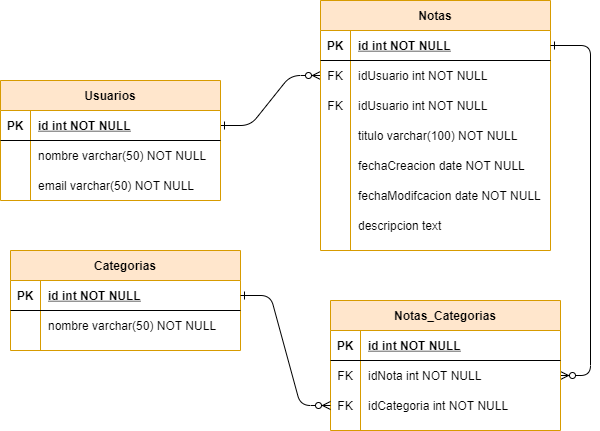
The draw.io diagram tareasDB.png in antoniooroug/tareasDataBase, before a commit. Source tidied: cells renumbered, new cells last; positions are measured from the earlier drawing's top-left corner, leaving out a move shared by most shapes.
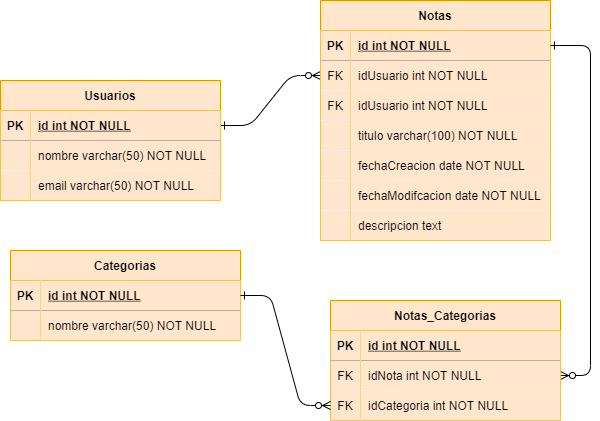
Above is the later version.

What changed in the source:
```diff
@@ -6,90 +6,90 @@
       <mxGeometry relative="1" as="geometry" />
     </mxCell>
     <mxCell id="3" value="Notas" style="shape=table;startSize=30;rowLines=0;fontStyle=1;align=center;fillColor=#ffe6cc;strokeColor=#d79b00;" parent="1" vertex="1">
-      <mxGeometry x="320" width="230" height="250" as="geometry" />
+      <mxGeometry x="320" width="230" height="240" as="geometry" />
     </mxCell>
     <mxCell id="4" style="shape=partialRectangle;fillColor=none;points=[[0,0.5],[1,0.5]];portConstraint=eastwest;top=0;left=0;right=0;bottom=1;" parent="3" vertex="1">
       <mxGeometry y="30" width="230" height="30" as="geometry" />
     </mxCell>
-    <mxCell id="5" value="PK" style="shape=partialRectangle;overflow=hidden;fillColor=none;top=0;left=0;bottom=0;right=0;fontStyle=1;" parent="4" vertex="1">
+    <mxCell id="5" value="PK" style="shape=partialRectangle;overflow=hidden;fillColor=#ffe6cc;top=0;left=0;bottom=0;right=0;fontStyle=1;strokeColor=#d79b00;" parent="4" vertex="1">
       <mxGeometry width="30" height="30" as="geometry" />
     </mxCell>
-    <mxCell id="6" value="id int NOT NULL " style="shape=partialRectangle;overflow=hidden;fillColor=none;top=0;left=0;bottom=0;right=0;align=left;spacingLeft=6;fontStyle=5;" parent="4" vertex="1">
+    <mxCell id="6" value="id int NOT NULL " style="shape=partialRectangle;overflow=hidden;fillColor=#ffe6cc;top=0;left=0;bottom=0;right=0;align=left;spacingLeft=6;fontStyle=5;strokeColor=#d79b00;" parent="4" vertex="1">
       <mxGeometry x="30" width="200" height="30" as="geometry" />
     </mxCell>
     <mxCell id="7" style="shape=partialRectangle;fillColor=none;points=[[0,0.5],[1,0.5]];portConstraint=eastwest;top=0;left=0;right=0;bottom=0;" parent="3" vertex="1">
       <mxGeometry y="60" width="230" height="30" as="geometry" />
     </mxCell>
-    <mxCell id="8" value="FK" style="shape=partialRectangle;overflow=hidden;fillColor=none;top=0;left=0;bottom=0;right=0;" parent="7" vertex="1">
+    <mxCell id="8" value="FK" style="shape=partialRectangle;overflow=hidden;fillColor=#ffe6cc;top=0;left=0;bottom=0;right=0;strokeColor=#d79b00;" parent="7" vertex="1">
       <mxGeometry width="30" height="30" as="geometry" />
     </mxCell>
-    <mxCell id="9" value="idUsuario int NOT NULL" style="shape=partialRectangle;overflow=hidden;fillColor=none;top=0;left=0;bottom=0;right=0;align=left;spacingLeft=6;" parent="7" vertex="1">
+    <mxCell id="9" value="idUsuario int NOT NULL" style="shape=partialRectangle;overflow=hidden;fillColor=#ffe6cc;top=0;left=0;bottom=0;right=0;align=left;spacingLeft=6;strokeColor=#d79b00;" parent="7" vertex="1">
       <mxGeometry x="30" width="200" height="30" as="geometry" />
     </mxCell>
     <mxCell id="10" style="shape=partialRectangle;fillColor=none;top=0;left=0;right=0;bottom=0;" parent="3" vertex="1">
       <mxGeometry y="90" width="230" height="30" as="geometry" />
     </mxCell>
-    <mxCell id="11" value="FK" style="shape=partialRectangle;overflow=hidden;fillColor=none;top=0;left=0;bottom=0;right=0;" parent="10" vertex="1">
+    <mxCell id="11" value="FK" style="shape=partialRectangle;overflow=hidden;fillColor=#ffe6cc;top=0;left=0;bottom=0;right=0;strokeColor=#d79b00;" parent="10" vertex="1">
       <mxGeometry width="30" height="30" as="geometry" />
     </mxCell>
-    <mxCell id="12" value="idUsuario int NOT NULL" style="shape=partialRectangle;overflow=hidden;fillColor=none;top=0;left=0;bottom=0;right=0;align=left;spacingLeft=6;" parent="10" vertex="1">
+    <mxCell id="12" value="idUsuario int NOT NULL" style="shape=partialRectangle;overflow=hidden;fillColor=#ffe6cc;top=0;left=0;bottom=0;right=0;align=left;spacingLeft=6;strokeColor=#d79b00;" parent="10" vertex="1">
       <mxGeometry x="30" width="200" height="30" as="geometry" />
     </mxCell>
     <mxCell id="13" style="shape=partialRectangle;fillColor=none;top=0;left=0;right=0;bottom=0;" parent="3" vertex="1">
       <mxGeometry y="120" width="230" height="30" as="geometry" />
     </mxCell>
-    <mxCell id="14" style="shape=partialRectangle;overflow=hidden;fillColor=none;top=0;left=0;bottom=0;right=0;" parent="13" vertex="1">
+    <mxCell id="14" style="shape=partialRectangle;overflow=hidden;fillColor=#ffe6cc;top=0;left=0;bottom=0;right=0;strokeColor=#d79b00;" parent="13" vertex="1">
       <mxGeometry width="30" height="30" as="geometry" />
     </mxCell>
-    <mxCell id="15" value="titulo varchar(100) NOT NULL" style="shape=partialRectangle;overflow=hidden;fillColor=none;top=0;left=0;bottom=0;right=0;align=left;spacingLeft=6;" parent="13" vertex="1">
+    <mxCell id="15" value="titulo varchar(100) NOT NULL" style="shape=partialRectangle;overflow=hidden;fillColor=#ffe6cc;top=0;left=0;bottom=0;right=0;align=left;spacingLeft=6;strokeColor=#d79b00;" parent="13" vertex="1">
       <mxGeometry x="30" width="200" height="30" as="geometry" />
     </mxCell>
     <mxCell id="16" style="shape=partialRectangle;fillColor=none;top=0;left=0;right=0;bottom=0;" parent="3" vertex="1">
       <mxGeometry y="150" width="230" height="30" as="geometry" />
     </mxCell>
-    <mxCell id="17" style="shape=partialRectangle;overflow=hidden;fillColor=none;top=0;left=0;bottom=0;right=0;" parent="16" vertex="1">
+    <mxCell id="17" style="shape=partialRectangle;overflow=hidden;fillColor=#ffe6cc;top=0;left=0;bottom=0;right=0;strokeColor=#d79b00;" parent="16" vertex="1">
       <mxGeometry width="30" height="30" as="geometry" />
     </mxCell>
-    <mxCell id="18" value="fechaCreacion date NOT NULL" style="shape=partialRectangle;overflow=hidden;fillColor=none;top=0;left=0;bottom=0;right=0;align=left;spacingLeft=6;" parent="16" vertex="1">
+    <mxCell id="18" value="fechaCreacion date NOT NULL" style="shape=partialRectangle;overflow=hidden;fillColor=#ffe6cc;top=0;left=0;bottom=0;right=0;align=left;spacingLeft=6;strokeColor=#d79b00;" parent="16" vertex="1">
       <mxGeometry x="30" width="200" height="30" as="geometry" />
     </mxCell>
     <mxCell id="19" style="shape=partialRectangle;fillColor=none;top=0;left=0;right=0;bottom=0;" parent="3" vertex="1">
       <mxGeometry y="180" width="230" height="30" as="geometry" />
     </mxCell>
-    <mxCell id="20" style="shape=partialRectangle;overflow=hidden;fillColor=none;top=0;left=0;bottom=0;right=0;" parent="19" vertex="1">
+    <mxCell id="20" style="shape=partialRectangle;overflow=hidden;fillColor=#ffe6cc;top=0;left=0;bottom=0;right=0;strokeColor=#d79b00;" parent="19" vertex="1">
       <mxGeometry width="30" height="30" as="geometry" />
     </mxCell>
-    <mxCell id="21" value="fechaModifcacion date NOT NULL" style="shape=partialRectangle;overflow=hidden;fillColor=none;top=0;left=0;bottom=0;right=0;align=left;spacingLeft=6;" parent="19" vertex="1">
+    <mxCell id="21" value="fechaModifcacion date NOT NULL" style="shape=partialRectangle;overflow=hidden;fillColor=#ffe6cc;top=0;left=0;bottom=0;right=0;align=left;spacingLeft=6;strokeColor=#d79b00;" parent="19" vertex="1">
       <mxGeometry x="30" width="200" height="30" as="geometry" />
     </mxCell>
     <mxCell id="22" style="shape=partialRectangle;fillColor=none;top=0;left=0;right=0;bottom=0;" parent="3" vertex="1">
       <mxGeometry y="210" width="230" height="30" as="geometry" />
     </mxCell>
-    <mxCell id="23" style="shape=partialRectangle;overflow=hidden;fillColor=none;top=0;left=0;bottom=0;right=0;" parent="22" vertex="1">
+    <mxCell id="23" style="shape=partialRectangle;overflow=hidden;fillColor=#ffe6cc;top=0;left=0;bottom=0;right=0;strokeColor=#d79b00;" parent="22" vertex="1">
       <mxGeometry width="30" height="30" as="geometry" />
     </mxCell>
-    <mxCell id="24" value="descripcion text" style="shape=partialRectangle;overflow=hidden;fillColor=none;top=0;left=0;bottom=0;right=0;align=left;spacingLeft=6;" parent="22" vertex="1">
+    <mxCell id="24" value="descripcion text" style="shape=partialRectangle;overflow=hidden;fillColor=#ffe6cc;top=0;left=0;bottom=0;right=0;align=left;spacingLeft=6;strokeColor=#d79b00;" parent="22" vertex="1">
       <mxGeometry x="30" width="200" height="30" as="geometry" />
     </mxCell>
     <mxCell id="25" value="Categorias" style="shape=table;startSize=30;rowLines=0;fontStyle=1;align=center;fillColor=#ffe6cc;strokeColor=#d79b00;" parent="1" vertex="1">
-      <mxGeometry x="10" y="250" width="230" height="100" as="geometry" />
+      <mxGeometry x="10" y="250" width="230" height="90" as="geometry" />
     </mxCell>
     <mxCell id="26" style="shape=partialRectangle;fillColor=none;points=[[0,0.5],[1,0.5]];portConstraint=eastwest;top=0;left=0;right=0;bottom=1;" parent="25" vertex="1">
       <mxGeometry y="30" width="230" height="30" as="geometry" />
     </mxCell>
-    <mxCell id="27" value="PK" style="shape=partialRectangle;overflow=hidden;fillColor=none;top=0;left=0;bottom=0;right=0;fontStyle=1;" parent="26" vertex="1">
+    <mxCell id="27" value="PK" style="shape=partialRectangle;overflow=hidden;fillColor=#ffe6cc;top=0;left=0;bottom=0;right=0;fontStyle=1;strokeColor=#d79b00;" parent="26" vertex="1">
       <mxGeometry width="30" height="30" as="geometry" />
     </mxCell>
-    <mxCell id="28" value="id int NOT NULL " style="shape=partialRectangle;overflow=hidden;fillColor=none;top=0;left=0;bottom=0;right=0;align=left;spacingLeft=6;fontStyle=5;" parent="26" vertex="1">
+    <mxCell id="28" value="id int NOT NULL " style="shape=partialRectangle;overflow=hidden;fillColor=#ffe6cc;top=0;left=0;bottom=0;right=0;align=left;spacingLeft=6;fontStyle=5;strokeColor=#d79b00;" parent="26" vertex="1">
       <mxGeometry x="30" width="200" height="30" as="geometry" />
     </mxCell>
     <mxCell id="29" style="shape=partialRectangle;fillColor=none;top=0;left=0;right=0;bottom=0;" parent="25" vertex="1">
       <mxGeometry y="60" width="230" height="30" as="geometry" />
     </mxCell>
-    <mxCell id="30" style="shape=partialRectangle;overflow=hidden;fillColor=none;top=0;left=0;bottom=0;right=0;" parent="29" vertex="1">
+    <mxCell id="30" style="shape=partialRectangle;overflow=hidden;fillColor=#ffe6cc;top=0;left=0;bottom=0;right=0;strokeColor=#d79b00;" parent="29" vertex="1">
       <mxGeometry width="30" height="30" as="geometry" />
     </mxCell>
-    <mxCell id="31" value="nombre varchar(50) NOT NULL" style="shape=partialRectangle;overflow=hidden;fillColor=none;top=0;left=0;bottom=0;right=0;align=left;spacingLeft=6;" parent="29" vertex="1">
+    <mxCell id="31" value="nombre varchar(50) NOT NULL" style="shape=partialRectangle;overflow=hidden;fillColor=#ffe6cc;top=0;left=0;bottom=0;right=0;align=left;spacingLeft=6;strokeColor=#d79b00;" parent="29" vertex="1">
       <mxGeometry x="30" width="200" height="30" as="geometry" />
     </mxCell>
     <mxCell id="32" value="Usuarios" style="shape=table;startSize=30;rowLines=0;fontStyle=1;align=center;fillColor=#ffe6cc;strokeColor=#d79b00;" parent="1" vertex="1">
@@ -98,61 +98,61 @@
     <mxCell id="33" style="shape=partialRectangle;fillColor=none;points=[[0,0.5],[1,0.5]];portConstraint=eastwest;top=0;left=0;right=0;bottom=1;" parent="32" vertex="1">
       <mxGeometry y="30" width="220" height="30" as="geometry" />
     </mxCell>
-    <mxCell id="34" value="PK" style="shape=partialRectangle;overflow=hidden;fillColor=none;top=0;left=0;bottom=0;right=0;fontStyle=1;" parent="33" vertex="1">
+    <mxCell id="34" value="PK" style="shape=partialRectangle;overflow=hidden;fillColor=#ffe6cc;top=0;left=0;bottom=0;right=0;fontStyle=1;strokeColor=#d79b00;" parent="33" vertex="1">
       <mxGeometry width="30" height="30" as="geometry" />
     </mxCell>
-    <mxCell id="35" value="id int NOT NULL " style="shape=partialRectangle;overflow=hidden;fillColor=none;top=0;left=0;bottom=0;right=0;align=left;spacingLeft=6;fontStyle=5;" parent="33" vertex="1">
+    <mxCell id="35" value="id int NOT NULL " style="shape=partialRectangle;overflow=hidden;fillColor=#ffe6cc;top=0;left=0;bottom=0;right=0;align=left;spacingLeft=6;fontStyle=5;strokeColor=#d79b00;" parent="33" vertex="1">
       <mxGeometry x="30" width="190" height="30" as="geometry" />
     </mxCell>
     <mxCell id="36" style="shape=partialRectangle;fillColor=none;top=0;left=0;right=0;bottom=0;" parent="32" vertex="1">
       <mxGeometry y="60" width="220" height="30" as="geometry" />
     </mxCell>
-    <mxCell id="37" style="shape=partialRectangle;overflow=hidden;fillColor=none;top=0;left=0;bottom=0;right=0;" parent="36" vertex="1">
+    <mxCell id="37" style="shape=partialRectangle;overflow=hidden;fillColor=#ffe6cc;top=0;left=0;bottom=0;right=0;strokeColor=#d79b00;" parent="36" vertex="1">
       <mxGeometry width="30" height="30" as="geometry" />
     </mxCell>
-    <mxCell id="38" value="nombre varchar(50) NOT NULL" style="shape=partialRectangle;overflow=hidden;fillColor=none;top=0;left=0;bottom=0;right=0;align=left;spacingLeft=6;" parent="36" vertex="1">
+    <mxCell id="38" value="nombre varchar(50) NOT NULL" style="shape=partialRectangle;overflow=hidden;fillColor=#ffe6cc;top=0;left=0;bottom=0;right=0;align=left;spacingLeft=6;strokeColor=#d79b00;" parent="36" vertex="1">
       <mxGeometry x="30" width="190" height="30" as="geometry" />
     </mxCell>
     <mxCell id="39" style="shape=partialRectangle;fillColor=none;top=0;left=0;right=0;bottom=0;" parent="32" vertex="1">
       <mxGeometry y="90" width="220" height="30" as="geometry" />
     </mxCell>
-    <mxCell id="40" style="shape=partialRectangle;overflow=hidden;fillColor=none;top=0;left=0;bottom=0;right=0;" parent="39" vertex="1">
+    <mxCell id="40" style="shape=partialRectangle;overflow=hidden;fillColor=#ffe6cc;top=0;left=0;bottom=0;right=0;strokeColor=#d79b00;" parent="39" vertex="1">
       <mxGeometry width="30" height="30" as="geometry" />
     </mxCell>
-    <mxCell id="41" value="email varchar(50) NOT NULL" style="shape=partialRectangle;overflow=hidden;fillColor=none;top=0;left=0;bottom=0;right=0;align=left;spacingLeft=6;" parent="39" vertex="1">
+    <mxCell id="41" value="email varchar(50) NOT NULL" style="shape=partialRectangle;overflow=hidden;fillColor=#ffe6cc;top=0;left=0;bottom=0;right=0;align=left;spacingLeft=6;strokeColor=#d79b00;" parent="39" vertex="1">
       <mxGeometry x="30" width="190" height="30" as="geometry" />
     </mxCell>
     <mxCell id="42" style="edgeStyle=entityRelationEdgeStyle;endArrow=ERzeroToMany;startArrow=ERone;endFill=1;startFill=0;exitX=1;exitY=0.5;exitDx=0;exitDy=0;" parent="1" edge="1" source="4" target="47">
       <mxGeometry relative="1" as="geometry" />
     </mxCell>
     <mxCell id="43" value="Notas_Categorias" style="shape=table;startSize=30;rowLines=0;fontStyle=1;align=center;fillColor=#ffe6cc;strokeColor=#d79b00;" parent="1" vertex="1">
-      <mxGeometry x="330" y="300" width="230" height="130" as="geometry" />
+      <mxGeometry x="330" y="300" width="230" height="120" as="geometry" />
     </mxCell>
     <mxCell id="44" style="shape=partialRectangle;fillColor=none;top=0;left=0;right=0;bottom=1;" parent="43" vertex="1">
       <mxGeometry y="30" width="230" height="30" as="geometry" />
     </mxCell>
-    <mxCell id="45" value="PK" style="shape=partialRectangle;overflow=hidden;fillColor=none;top=0;left=0;bottom=0;right=0;fontStyle=1;" parent="44" vertex="1">
+    <mxCell id="45" value="PK" style="shape=partialRectangle;overflow=hidden;fillColor=#ffe6cc;top=0;left=0;bottom=0;right=0;fontStyle=1;strokeColor=#d79b00;" parent="44" vertex="1">
       <mxGeometry width="30" height="30" as="geometry" />
     </mxCell>
-    <mxCell id="46" value="id int NOT NULL " style="shape=partialRectangle;overflow=hidden;fillColor=none;top=0;left=0;bottom=0;right=0;align=left;spacingLeft=6;fontStyle=5;" parent="44" vertex="1">
+    <mxCell id="46" value="id int NOT NULL " style="shape=partialRectangle;overflow=hidden;fillColor=#ffe6cc;top=0;left=0;bottom=0;right=0;align=left;spacingLeft=6;fontStyle=5;strokeColor=#d79b00;" parent="44" vertex="1">
       <mxGeometry x="30" width="200" height="30" as="geometry" />
     </mxCell>
     <mxCell id="47" style="shape=partialRectangle;fillColor=none;points=[[0,0.5],[1,0.5]];portConstraint=eastwest;top=0;left=0;right=0;bottom=0;" parent="43" vertex="1">
       <mxGeometry y="60" width="230" height="30" as="geometry" />
     </mxCell>
-    <mxCell id="48" value="FK" style="shape=partialRectangle;overflow=hidden;fillColor=none;top=0;left=0;bottom=0;right=0;" parent="47" vertex="1">
+    <mxCell id="48" value="FK" style="shape=partialRectangle;overflow=hidden;fillColor=#ffe6cc;top=0;left=0;bottom=0;right=0;strokeColor=#d79b00;" parent="47" vertex="1">
       <mxGeometry width="30" height="30" as="geometry" />
     </mxCell>
-    <mxCell id="49" value="idNota int NOT NULL" style="shape=partialRectangle;overflow=hidden;fillColor=none;top=0;left=0;bottom=0;right=0;align=left;spacingLeft=6;" parent="47" vertex="1">
+    <mxCell id="49" value="idNota int NOT NULL" style="shape=partialRectangle;overflow=hidden;fillColor=#ffe6cc;top=0;left=0;bottom=0;right=0;align=left;spacingLeft=6;strokeColor=#d79b00;" parent="47" vertex="1">
       <mxGeometry x="30" width="200" height="30" as="geometry" />
     </mxCell>
     <mxCell id="50" style="shape=partialRectangle;fillColor=none;points=[[0,0.5],[1,0.5]];portConstraint=eastwest;top=0;left=0;right=0;bottom=0;" parent="43" vertex="1">
       <mxGeometry y="90" width="230" height="30" as="geometry" />
     </mxCell>
-    <mxCell id="51" value="FK" style="shape=partialRectangle;overflow=hidden;fillColor=none;top=0;left=0;bottom=0;right=0;" parent="50" vertex="1">
+    <mxCell id="51" value="FK" style="shape=partialRectangle;overflow=hidden;fillColor=#ffe6cc;top=0;left=0;bottom=0;right=0;strokeColor=#d79b00;" parent="50" vertex="1">
       <mxGeometry width="30" height="30" as="geometry" />
     </mxCell>
-    <mxCell id="52" value="idCategoria int NOT NULL" style="shape=partialRectangle;overflow=hidden;fillColor=none;top=0;left=0;bottom=0;right=0;align=left;spacingLeft=6;" parent="50" vertex="1">
+    <mxCell id="52" value="idCategoria int NOT NULL" style="shape=partialRectangle;overflow=hidden;fillColor=#ffe6cc;top=0;left=0;bottom=0;right=0;align=left;spacingLeft=6;strokeColor=#d79b00;" parent="50" vertex="1">
       <mxGeometry x="30" width="200" height="30" as="geometry" />
     </mxCell>
     <mxCell id="53" style="edgeStyle=entityRelationEdgeStyle;endArrow=ERzeroToMany;startArrow=ERone;endFill=1;startFill=0;exitX=1;exitY=0.5;exitDx=0;exitDy=0;entryX=0;entryY=0.5;entryDx=0;entryDy=0;" parent="1" edge="1" source="26" target="50">
```
